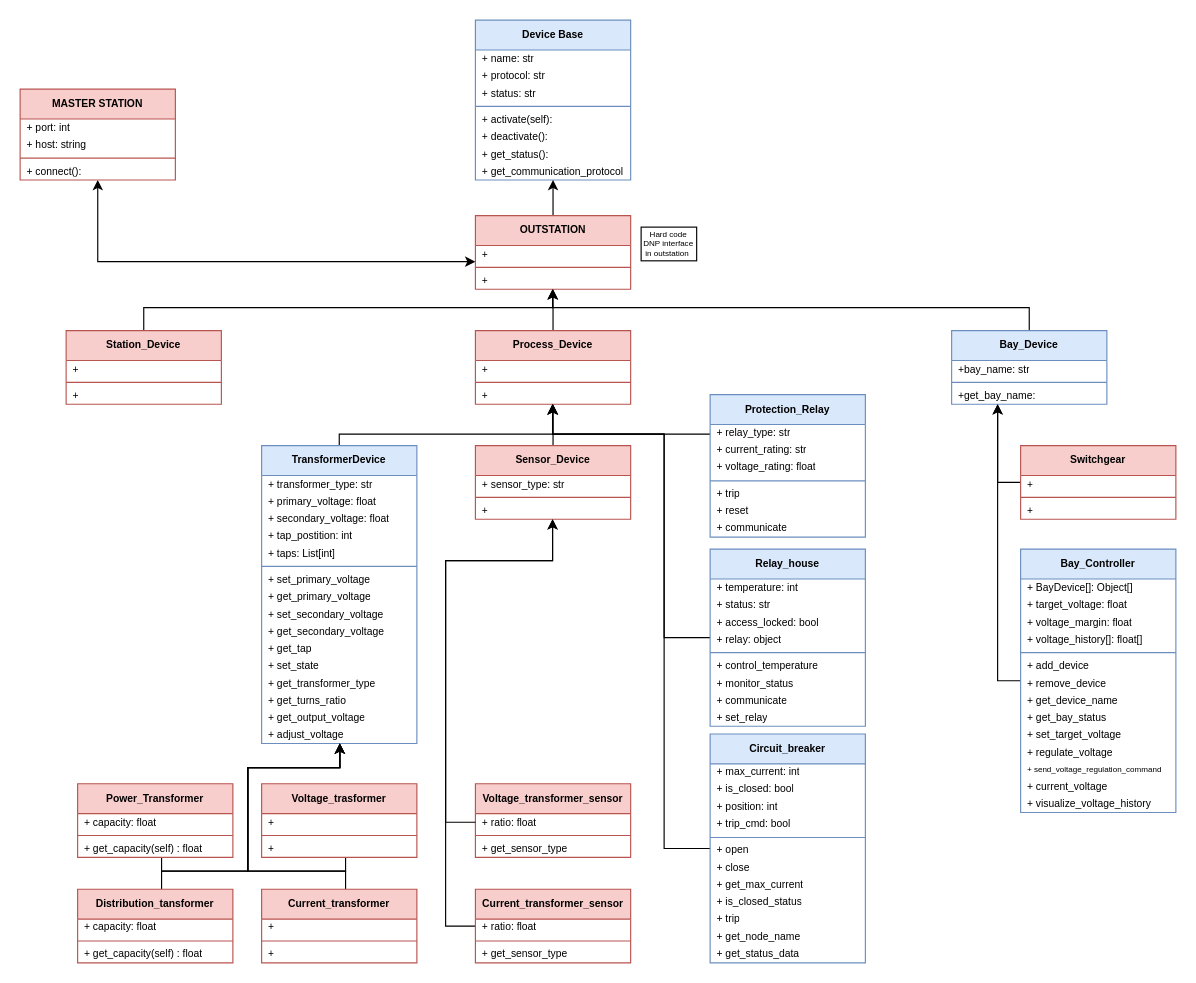
cps-vip/cps-cosimulation-env keeps this draw.io diagram as device_modeling/documentation/Class diagram.drawio. Above is the earlier version. Source tidied: cells renumbered, new cells numbered last; positions are measured from the earlier drawing's top-left corner, leaving out a move shared by most shapes. Both pictures are drawn from the tidied source at 115%, with x=0, y=0 at pixel (20, 20).
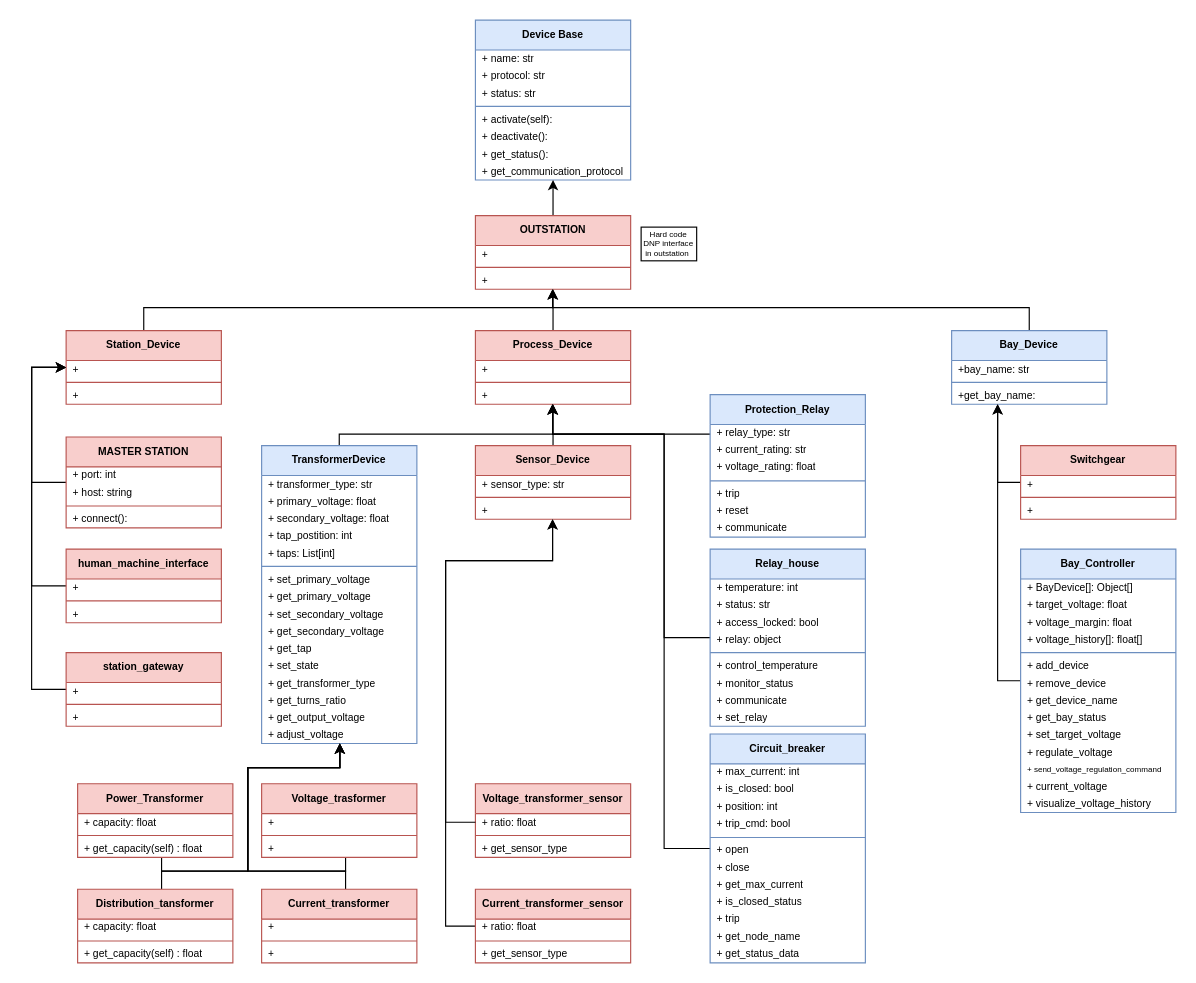
After the change.

Unchanged cells that the change refers to:
```xml
<mxCell id="13" value="OUTSTATION" style="swimlane;fontStyle=1;align=center;verticalAlign=middle;horizontal=1;startSize=26;whiteSpace=wrap;html=1;fillColor=#f8cecc;strokeColor=#b85450;fontSize=9;spacing=2;" parent="1" vertex="1">
  <mxGeometry x="395.9" y="170" width="135" height="64" as="geometry" />
</mxCell>
<mxCell id="29" value="Station_Device" style="swimlane;fontStyle=1;align=center;verticalAlign=middle;horizontal=1;startSize=26;whiteSpace=wrap;html=1;fillColor=#f8cecc;strokeColor=#b85450;fontSize=9;spacing=2;" parent="1" vertex="1">
  <mxGeometry x="40" y="270" width="135" height="64" as="geometry" />
</mxCell>
```

What changed in the source:
```diff
@@
-    <mxCell id="17" style="edgeStyle=orthogonalEdgeStyle;rounded=0;jettySize=auto;html=1;startArrow=classic;startFill=1;" parent="1" edge="1" source="18" target="13">
-      <mxGeometry relative="1" as="geometry">
-        <Array as="points">
-          <mxPoint x="370" y="210" />
-          <mxPoint x="370" y="210" />
-        </Array>
-      </mxGeometry>
-    </mxCell>
+    <mxCell id="146" style="edgeStyle=orthogonalEdgeStyle;rounded=0;jettySize=auto;html=1;" parent="1" edge="1" source="18" target="29">
+      <mxGeometry relative="1" as="geometry">
+        <Array as="points">
+          <mxPoint x="10" y="402" />
+          <mxPoint x="10" y="302" />
+        </Array>
+      </mxGeometry>
+    </mxCell>
     <mxCell id="18" value="MASTER STATION" style="swimlane;fontStyle=1;align=center;verticalAlign=middle;horizontal=1;startSize=26;whiteSpace=wrap;html=1;fillColor=#f8cecc;strokeColor=#b85450;fontSize=9;spacing=2;" parent="1" vertex="1">
-      <mxGeometry y="60" width="135" height="79" as="geometry" />
+      <mxGeometry x="40" y="362.5" width="135" height="79" as="geometry" />
     </mxCell>
@@
+    <mxCell id="147" style="edgeStyle=orthogonalEdgeStyle;rounded=0;jettySize=auto;html=1;" parent="1" edge="1" source="148" target="29">
+      <mxGeometry relative="1" as="geometry">
+        <Array as="points">
+          <mxPoint x="10" y="492" />
+          <mxPoint x="10" y="302" />
+        </Array>
+      </mxGeometry>
+    </mxCell>
+    <mxCell id="148" value="human_machine_interface" style="swimlane;fontStyle=1;align=center;verticalAlign=middle;horizontal=1;startSize=26;whiteSpace=wrap;html=1;fillColor=#f8cecc;strokeColor=#b85450;fontSize=9;spacing=2;" parent="1" vertex="1">
+      <mxGeometry x="40" y="460" width="135" height="64" as="geometry" />
+    </mxCell>
+    <mxCell id="149" value="+&amp;nbsp;" style="text;strokeColor=none;fillColor=none;align=left;verticalAlign=middle;spacingLeft=4;spacingRight=4;overflow=hidden;whiteSpace=wrap;html=1;fontSize=9;horizontal=1;spacing=2;" parent="148" vertex="1">
+      <mxGeometry y="26" width="135" height="15" as="geometry" />
+    </mxCell>
+    <mxCell id="150" style="line;strokeWidth=1;fillColor=none;align=left;verticalAlign=middle;spacingTop=-1;spacingLeft=3;spacingRight=3;labelPosition=right;strokeColor=inherit;fontSize=9;horizontal=1;spacing=2;" parent="148" vertex="1">
+      <mxGeometry y="41" width="135" height="8" as="geometry" />
+    </mxCell>
+    <mxCell id="151" value="+" style="text;strokeColor=none;fillColor=none;align=left;verticalAlign=middle;spacingLeft=4;spacingRight=4;overflow=hidden;whiteSpace=wrap;html=1;fontSize=9;horizontal=1;spacing=2;" parent="148" vertex="1">
+      <mxGeometry y="49" width="135" height="15" as="geometry" />
+    </mxCell>
+    <mxCell id="152" style="edgeStyle=orthogonalEdgeStyle;rounded=0;jettySize=auto;html=1;" parent="1" edge="1" source="153" target="29">
+      <mxGeometry relative="1" as="geometry">
+        <Array as="points">
+          <mxPoint x="10" y="582" />
+          <mxPoint x="10" y="302" />
+        </Array>
+      </mxGeometry>
+    </mxCell>
+    <mxCell id="153" value="station_gateway" style="swimlane;fontStyle=1;align=center;verticalAlign=middle;horizontal=1;startSize=26;whiteSpace=wrap;html=1;fillColor=#f8cecc;strokeColor=#b85450;fontSize=9;spacing=2;" parent="1" vertex="1">
+      <mxGeometry x="40" y="550" width="135" height="64" as="geometry" />
+    </mxCell>
+    <mxCell id="154" value="+&amp;nbsp;" style="text;strokeColor=none;fillColor=none;align=left;verticalAlign=middle;spacingLeft=4;spacingRight=4;overflow=hidden;whiteSpace=wrap;html=1;fontSize=9;horizontal=1;spacing=2;" parent="153" vertex="1">
+      <mxGeometry y="26" width="135" height="15" as="geometry" />
+    </mxCell>
+    <mxCell id="155" style="line;strokeWidth=1;fillColor=none;align=left;verticalAlign=middle;spacingTop=-1;spacingLeft=3;spacingRight=3;labelPosition=right;strokeColor=inherit;fontSize=9;horizontal=1;spacing=2;" parent="153" vertex="1">
+      <mxGeometry y="41" width="135" height="8" as="geometry" />
+    </mxCell>
+    <mxCell id="156" value="+" style="text;strokeColor=none;fillColor=none;align=left;verticalAlign=middle;spacingLeft=4;spacingRight=4;overflow=hidden;whiteSpace=wrap;html=1;fontSize=9;horizontal=1;spacing=2;" parent="153" vertex="1">
+      <mxGeometry y="49" width="135" height="15" as="geometry" />
+    </mxCell>
```
